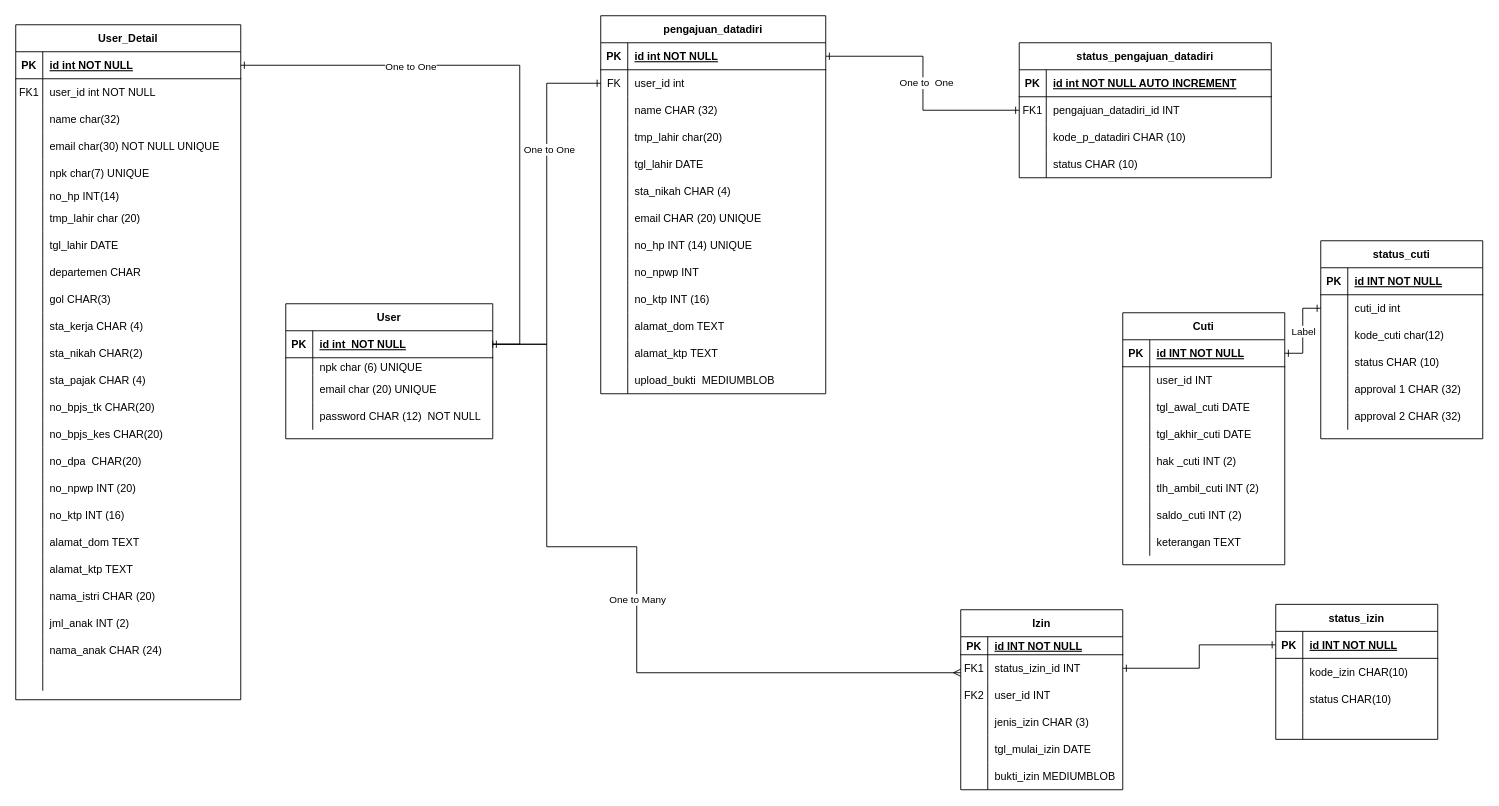
magang-aiia/ERD-Diagram keeps this draw.io diagram as ERDS1AR/ERD S1AR.drawio. Above is the earlier version. Source tidied: cells renumbered, new cells numbered last; positions are measured from the earlier drawing's top-left corner, leaving out a move shared by most shapes. Both pictures are drawn from the tidied source at 90%, with x=0, y=0 at pixel (15, 15).
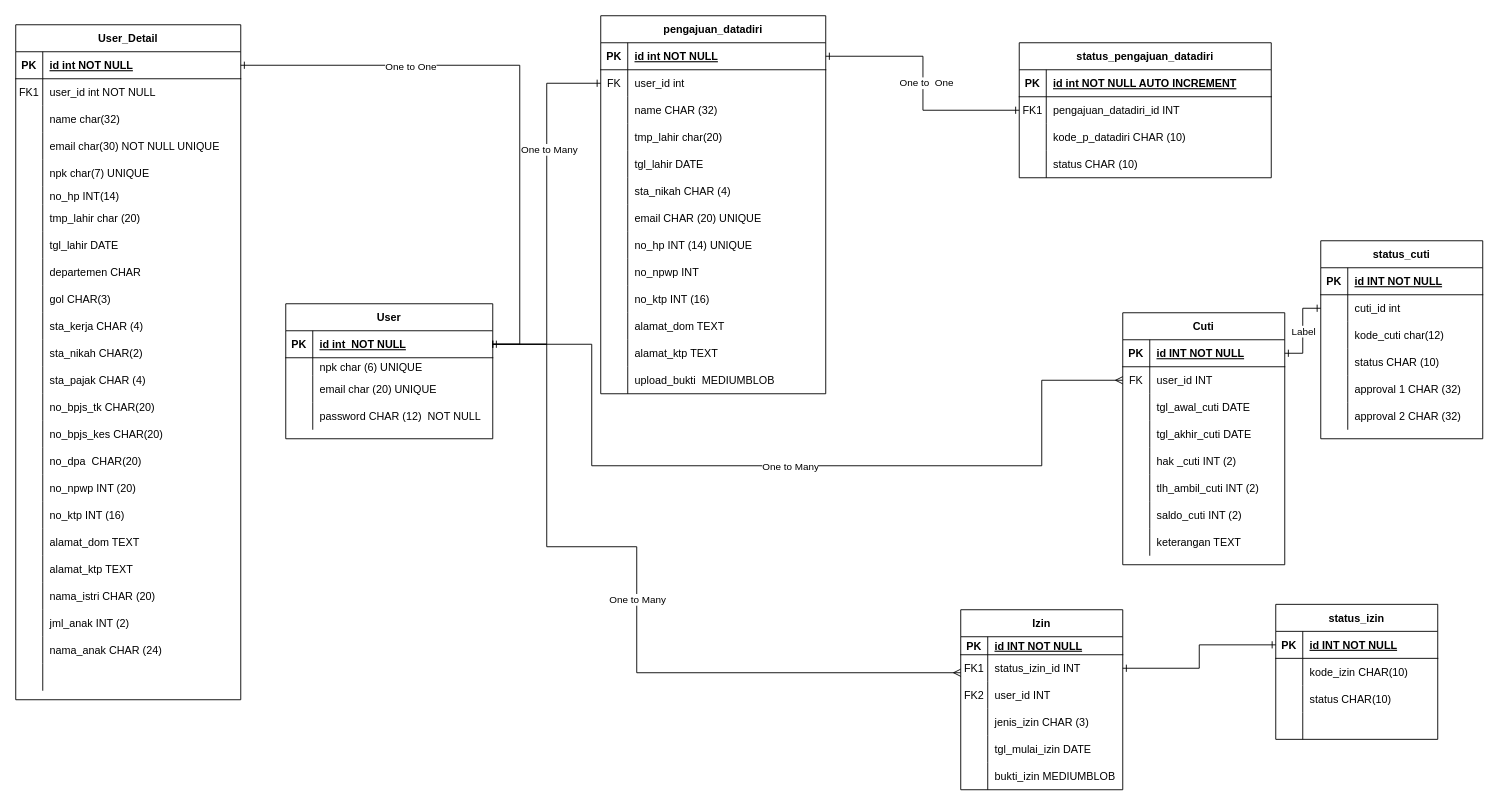
After the change.

The change refers to these unchanged cells:
```xml
<mxCell id="116" style="shape=tableRow;horizontal=0;startSize=0;swimlaneHead=0;swimlaneBody=0;fillColor=none;points=[[0,0.5],[1,0.5]];portConstraint=eastwest;top=0;left=0;right=0;bottom=1;rounded=0;" parent="115" vertex="1">
  <mxGeometry y="30" width="230" height="30" as="geometry" />
</mxCell>
<mxCell id="132" style="shape=tableRow;horizontal=0;startSize=0;swimlaneHead=0;swimlaneBody=0;fillColor=none;points=[[0,0.5],[1,0.5]];portConstraint=eastwest;top=0;left=0;right=0;bottom=0;rounded=0;" parent="128" vertex="1">
  <mxGeometry y="60" width="180" height="30" as="geometry" />
</mxCell>
<mxCell id="219" style="endArrow=ERone;html=1;rounded=0;exitX=0;exitY=0.5;exitDx=0;exitDy=0;entryX=1;entryY=0.5;entryDx=0;entryDy=0;endFill=0;startArrow=ERone;startFill=0;edgeStyle=elbowEdgeStyle;" parent="1" edge="1" source="79" target="116">
  <mxGeometry relative="1" as="geometry" />
</mxCell>
```

Change to the diagram source:
```diff
@@
-    <mxCell id="133" style="shape=partialRectangle;fillColor=none;top=0;left=0;bottom=0;right=0;overflow=hidden;rounded=0;" parent="132" vertex="1">
+    <mxCell id="133" value="FK" style="shape=partialRectangle;fillColor=none;top=0;left=0;bottom=0;right=0;overflow=hidden;rounded=0;" parent="132" vertex="1">
       <mxGeometry width="30" height="30" as="geometry" />
     </mxCell>
@@
-    <mxCell id="220" value="One to One" style="edgeLabel;html=1;align=center;verticalAlign=middle;" parent="219" vertex="1">
+    <mxCell id="220" value="One to Many" style="edgeLabel;html=1;align=center;verticalAlign=middle;" parent="219" vertex="1">
       <mxGeometry x="-0.35" y="2" relative="1" as="geometry" />
     </mxCell>
@@
+    <mxCell id="228" style="endArrow=baseDash;html=1;rounded=0;exitX=0;exitY=0.5;exitDx=0;exitDy=0;edgeStyle=orthogonalEdgeStyle;elbow=vertical;entryX=1;entryY=0.5;entryDx=0;entryDy=0;startArrow=ERmany;startFill=0;endFill=0;" parent="1" edge="1" source="132" target="116">
+      <mxGeometry relative="1" as="geometry">
+        <Array as="points">
+          <mxPoint x="1140" y="405" />
+          <mxPoint x="1140" y="500" />
+          <mxPoint x="640" y="500" />
+          <mxPoint x="640" y="365" />
+        </Array>
+      </mxGeometry>
+    </mxCell>
+    <mxCell id="229" value="One to Many" style="edgeLabel;html=1;align=center;verticalAlign=middle;" parent="228" vertex="1">
+      <mxGeometry relative="1" as="geometry" />
+    </mxCell>
```
